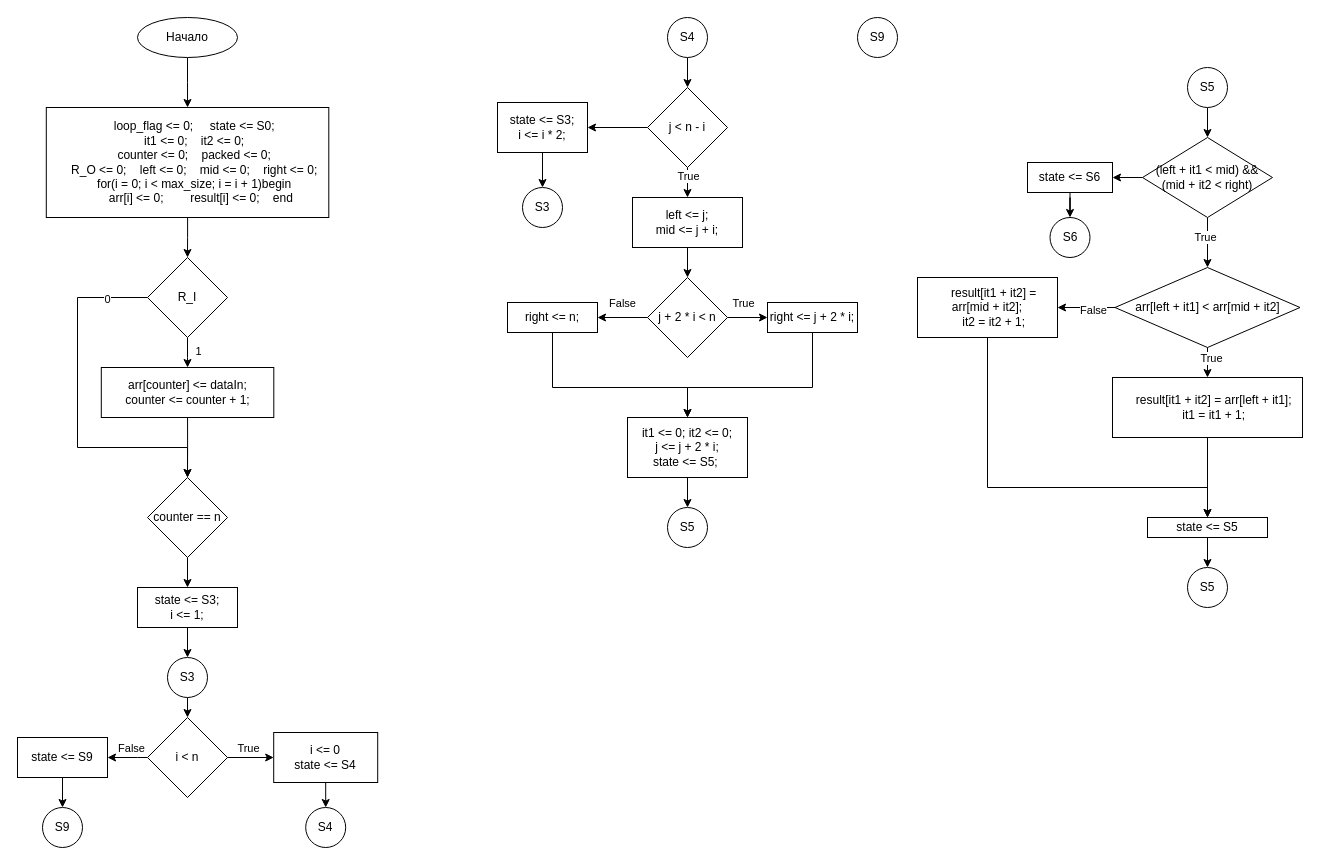
This is Schematics/Laba_3/laba_3_2.drawio from Idontlikeni/fourth_semestr, a draw.io file, before an edit. Source tidied: cells renumbered, new cells numbered last; positions are measured from the earlier drawing's top-left corner, leaving out a move shared by most shapes. Both pictures are drawn from the tidied source at 100%, with x=0, y=0 at pixel (17, 17).
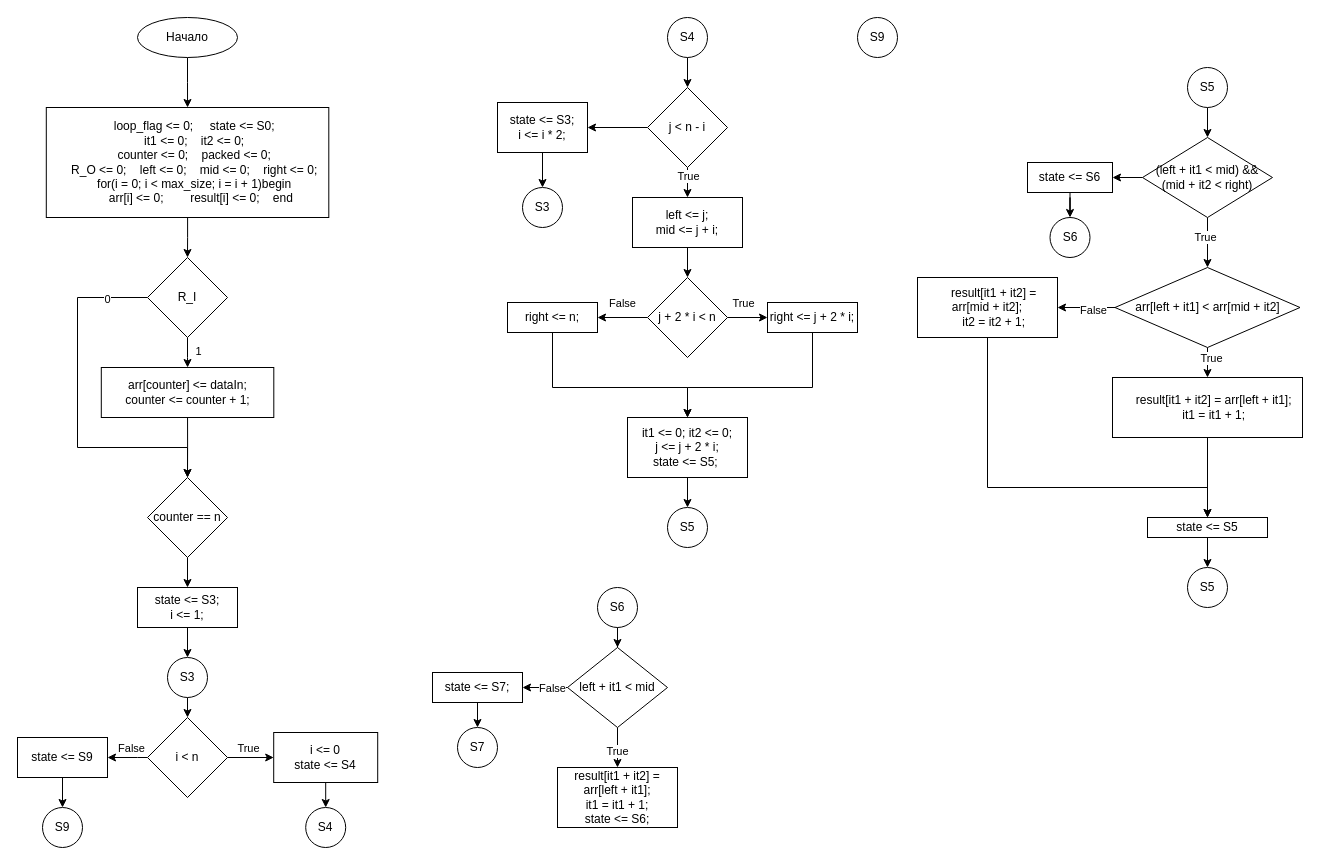
The same page after the edit.

Change to the diagram source:
```diff
@@
+    <mxCell id="75" style="edgeStyle=orthogonalEdgeStyle;rounded=0;jettySize=auto;html=1;" parent="1" edge="1" source="76" target="81">
+      <mxGeometry relative="1" as="geometry" />
+    </mxCell>
+    <mxCell id="76" value="S6" style="ellipse;whiteSpace=wrap;html=1;" parent="1" vertex="1">
+      <mxGeometry x="580" y="570" width="40" height="40" as="geometry" />
+    </mxCell>
+    <mxCell id="77" style="edgeStyle=orthogonalEdgeStyle;rounded=0;jettySize=auto;html=1;" parent="1" edge="1" source="81" target="82">
+      <mxGeometry relative="1" as="geometry" />
+    </mxCell>
+    <mxCell id="78" value="True" style="edgeLabel;html=1;align=center;verticalAlign=middle;" parent="77" vertex="1">
+      <mxGeometry x="0.14" y="-1" relative="1" as="geometry" />
+    </mxCell>
+    <mxCell id="79" style="edgeStyle=orthogonalEdgeStyle;rounded=0;jettySize=auto;html=1;" parent="1" edge="1" source="81" target="84">
+      <mxGeometry relative="1" as="geometry" />
+    </mxCell>
+    <mxCell id="80" value="False" style="edgeLabel;html=1;align=center;verticalAlign=middle;" parent="79" vertex="1">
+      <mxGeometry x="0.36" y="3" relative="1" as="geometry">
+        <mxPoint x="15" y="-3" as="offset" />
+      </mxGeometry>
+    </mxCell>
+    <mxCell id="81" value="left + it1 &amp;lt; mid" style="rhombus;whiteSpace=wrap;html=1;" parent="1" vertex="1">
+      <mxGeometry x="550" y="630" width="100" height="80" as="geometry" />
+    </mxCell>
+    <mxCell id="82" value="result[it1 + it2] = arr[left + it1];&lt;br&gt;it1 = it1 + 1;&lt;br&gt;state &amp;lt;= S6;" style="whiteSpace=wrap;html=1;" parent="1" vertex="1">
+      <mxGeometry x="540" y="750" width="120" height="60" as="geometry" />
+    </mxCell>
+    <mxCell id="83" style="edgeStyle=orthogonalEdgeStyle;rounded=0;jettySize=auto;html=1;exitX=0.5;exitY=1;exitDx=0;exitDy=0;entryX=0.5;entryY=0;entryDx=0;entryDy=0;" parent="1" edge="1" source="84" target="85">
+      <mxGeometry relative="1" as="geometry" />
+    </mxCell>
+    <mxCell id="84" value="state &amp;lt;= S7;" style="whiteSpace=wrap;html=1;" parent="1" vertex="1">
+      <mxGeometry x="415" y="655" width="90" height="30" as="geometry" />
+    </mxCell>
+    <mxCell id="85" value="S7" style="ellipse;whiteSpace=wrap;html=1;" parent="1" vertex="1">
+      <mxGeometry x="440" y="710" width="40" height="40" as="geometry" />
+    </mxCell>
```
